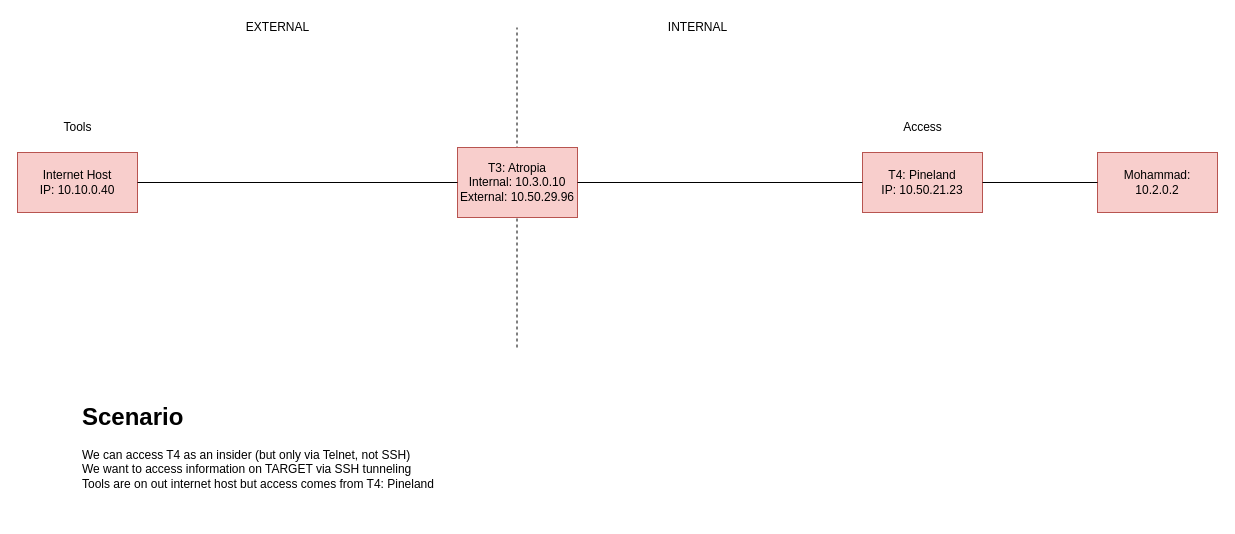
This is ctf/CTF_tunneling_map.drawio from abfarr/cctc, a draw.io file, before an edit. Source tidied: cells renumbered, new cells numbered last; positions are measured from the earlier drawing's top-left corner, leaving out a move shared by most shapes. Both pictures are drawn from the tidied source at 100%, with x=0, y=0 at pixel (17, 17).
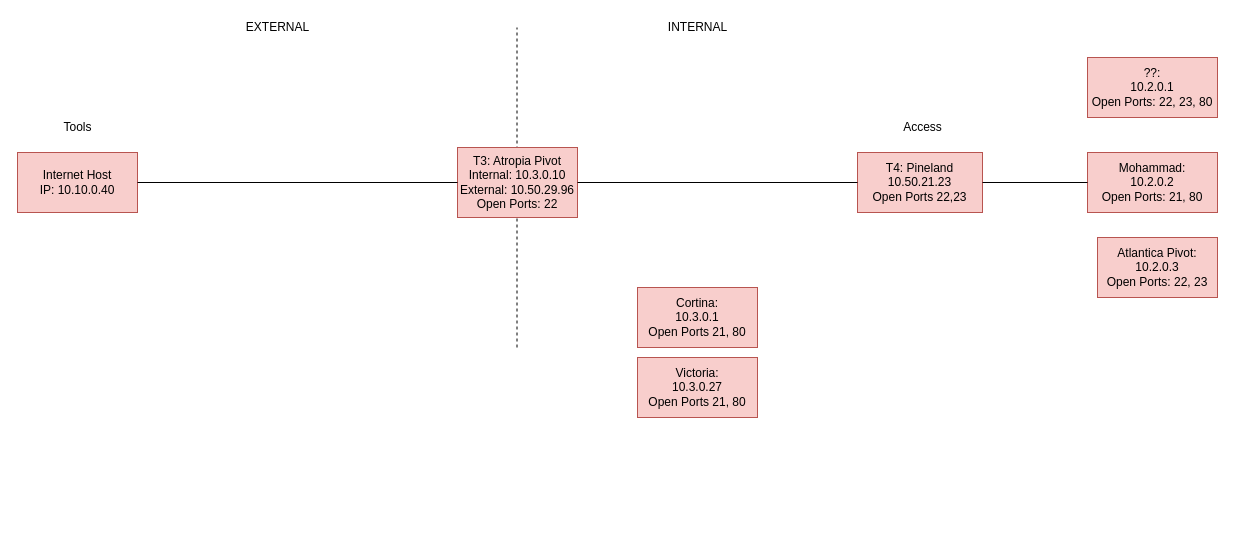
The same page after the edit.

Diff of the diagram source:
```diff
@@
 <mxGraphModel>
   <root>
     <mxCell id="0" />
     <mxCell id="1" parent="0" />
     <mxCell id="2" style="endArrow=none;dashed=1;html=1;rounded=0;" parent="1" edge="1">
       <mxGeometry relative="1" as="geometry">
         <mxPoint x="499.5" y="330" as="sourcePoint" />
         <mxPoint x="499.5" y="10" as="targetPoint" />
       </mxGeometry>
     </mxCell>
     <mxCell id="3" value="Internet Host&lt;br&gt;IP: 10.10.0.40" style="rounded=0;whiteSpace=wrap;html=1;fillColor=#f8cecc;strokeColor=#b85450;" parent="1" vertex="1">
       <mxGeometry y="135" width="120" height="60" as="geometry" />
     </mxCell>
     <mxCell id="4" value="Tools" style="text;html=1;align=center;verticalAlign=middle;strokeColor=none;fillColor=none;" parent="1" vertex="1">
       <mxGeometry x="40" y="100" width="40" height="20" as="geometry" />
     </mxCell>
-    <mxCell id="5" value="T3: Atropia&lt;br&gt;Internal: 10.3.0.10&lt;br&gt;External: 10.50.29.96" style="rounded=0;whiteSpace=wrap;html=1;fillColor=#f8cecc;strokeColor=#b85450;" parent="1" vertex="1">
+    <mxCell id="5" value="T3: Atropia Pivot&lt;br&gt;Internal: 10.3.0.10&lt;br&gt;External: 10.50.29.96&lt;br&gt;Open Ports: 22" style="rounded=0;whiteSpace=wrap;html=1;fillColor=#f8cecc;strokeColor=#b85450;" parent="1" vertex="1">
       <mxGeometry x="440" y="130" width="120" height="70" as="geometry" />
     </mxCell>
     <mxCell id="6" value="EXTERNAL" style="text;html=1;align=center;verticalAlign=middle;strokeColor=none;fillColor=none;" parent="1" vertex="1">
       <mxGeometry x="220" width="80" height="20" as="geometry" />
     </mxCell>
     <mxCell id="7" value="INTERNAL" style="text;html=1;align=center;verticalAlign=middle;strokeColor=none;fillColor=none;" parent="1" vertex="1">
       <mxGeometry x="645" width="70" height="20" as="geometry" />
     </mxCell>
-    <mxCell id="8" value="T4: Pineland&lt;br&gt;IP: 10.50.21.23" style="rounded=0;whiteSpace=wrap;html=1;fillColor=#f8cecc;strokeColor=#b85450;" parent="1" vertex="1">
-      <mxGeometry x="845" y="135" width="120" height="60" as="geometry" />
+    <mxCell id="8" value="T4: Pineland&lt;br&gt;10.50.21.23&lt;br&gt;Open Ports 22,23" style="rounded=0;whiteSpace=wrap;html=1;fillColor=#f8cecc;strokeColor=#b85450;" parent="1" vertex="1">
+      <mxGeometry x="840" y="135" width="125" height="60" as="geometry" />
     </mxCell>
-    <mxCell id="9" value="Mohammad:&lt;br&gt;10.2.0.2" style="rounded=0;whiteSpace=wrap;html=1;fillColor=#f8cecc;strokeColor=#b85450;" parent="1" vertex="1">
-      <mxGeometry x="1080" y="135" width="120" height="60" as="geometry" />
+    <mxCell id="9" value="Mohammad:&lt;br&gt;10.2.0.2&lt;br&gt;Open Ports: 21, 80" style="rounded=0;whiteSpace=wrap;html=1;fillColor=#f8cecc;strokeColor=#b85450;" parent="1" vertex="1">
+      <mxGeometry x="1070" y="135" width="130" height="60" as="geometry" />
     </mxCell>
     <mxCell id="10" value="Access" style="text;html=1;align=center;verticalAlign=middle;strokeColor=none;fillColor=none;" parent="1" vertex="1">
       <mxGeometry x="880" y="100" width="50" height="20" as="geometry" />
     </mxCell>
-    <mxCell id="11" value="&lt;h1&gt;Scenario&lt;/h1&gt;&lt;span&gt;We can access T4 as an insider (but only via Telnet, not SSH)&lt;/span&gt;&lt;br&gt;&lt;span&gt;We want to access information on TARGET via SSH tunneling&lt;/span&gt;&lt;br&gt;&lt;span&gt;Tools are on out internet host but access comes from T4: Pineland&amp;nbsp;&lt;/span&gt;" style="text;html=1;strokeColor=none;fillColor=none;spacing=5;spacingTop=-20;whiteSpace=wrap;overflow=hidden;rounded=0;" parent="1" vertex="1">
-      <mxGeometry x="60" y="380" width="380" height="120" as="geometry" />
-    </mxCell>
     <mxCell id="12" style="endArrow=none;html=1;rounded=0;exitX=1;exitY=0.5;exitDx=0;exitDy=0;entryX=0;entryY=0.5;entryDx=0;entryDy=0;" parent="1" edge="1" source="3" target="5">
       <mxGeometry relative="1" as="geometry" />
     </mxCell>
     <mxCell id="13" style="endArrow=none;html=1;rounded=0;exitX=0;exitY=0.5;exitDx=0;exitDy=0;entryX=1;entryY=0.5;entryDx=0;entryDy=0;" parent="1" edge="1" source="8" target="5">
       <mxGeometry relative="1" as="geometry" />
     </mxCell>
     <mxCell id="14" style="endArrow=none;html=1;rounded=0;entryX=1;entryY=0.5;entryDx=0;entryDy=0;" parent="1" edge="1" source="9" target="8">
       <mxGeometry relative="1" as="geometry" />
     </mxCell>
+    <mxCell id="15" value="Atlantica Pivot:&lt;br&gt;10.2.0.3&lt;br&gt;Open Ports: 22, 23" style="rounded=0;whiteSpace=wrap;html=1;fillColor=#f8cecc;strokeColor=#b85450;" parent="1" vertex="1">
+      <mxGeometry x="1080" y="220" width="120" height="60" as="geometry" />
+    </mxCell>
+    <mxCell id="16" value="Cortina:&lt;br&gt;10.3.0.1&lt;br&gt;Open Ports 21, 80" style="rounded=0;whiteSpace=wrap;html=1;fillColor=#f8cecc;strokeColor=#b85450;" parent="1" vertex="1">
+      <mxGeometry x="620" y="270" width="120" height="60" as="geometry" />
+    </mxCell>
+    <mxCell id="17" value="Victoria:&lt;br&gt;10.3.0.27&lt;br&gt;Open Ports 21, 80" style="rounded=0;whiteSpace=wrap;html=1;fillColor=#f8cecc;strokeColor=#b85450;" parent="1" vertex="1">
+      <mxGeometry x="620" y="340" width="120" height="60" as="geometry" />
+    </mxCell>
+    <mxCell id="18" value="??:&lt;br&gt;10.2.0.1&lt;br&gt;Open Ports: 22, 23, 80" style="rounded=0;whiteSpace=wrap;html=1;fillColor=#f8cecc;strokeColor=#b85450;" parent="1" vertex="1">
+      <mxGeometry x="1070" y="40" width="130" height="60" as="geometry" />
+    </mxCell>
   </root>
 </mxGraphModel>
```
